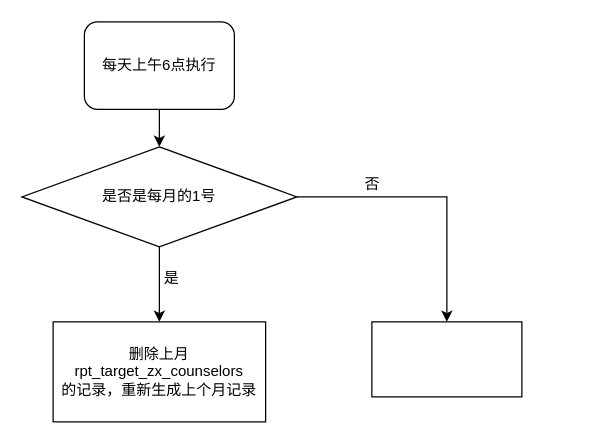
panqingqiang/document keeps this draw.io diagram as Untitled Diagram.drawio. Above is the earlier version. Source tidied: cells renumbered, new cells numbered last; positions are measured from the earlier drawing's top-left corner, leaving out a move shared by most shapes. Both pictures are drawn from the tidied source at 125%, with x=0, y=0 at pixel (21, 21).
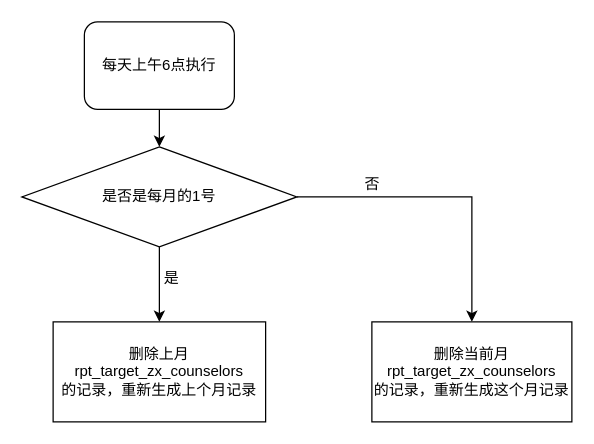
The same diagram, later.

The edit, as a diff of the source:
```diff
@@
 <mxGraphModel>
   <root>
     <mxCell id="0" />
     <mxCell id="1" parent="0" />
     <mxCell id="2" style="edgeStyle=none;rounded=0;jettySize=auto;html=1;exitX=0.5;exitY=1;exitDx=0;exitDy=0;entryX=0.5;entryY=0;entryDx=0;entryDy=0;" parent="1" edge="1" source="3" target="6">
       <mxGeometry relative="1" as="geometry" />
     </mxCell>
     <mxCell id="3" value="每天上午6点执行" style="rounded=1;whiteSpace=wrap;html=1;" parent="1" vertex="1">
       <mxGeometry x="50" width="120" height="70" as="geometry" />
     </mxCell>
     <mxCell id="4" style="edgeStyle=none;rounded=0;jettySize=auto;html=1;exitX=0.5;exitY=1;exitDx=0;exitDy=0;entryX=0.5;entryY=0;entryDx=0;entryDy=0;" parent="1" edge="1" source="6" target="7">
       <mxGeometry relative="1" as="geometry" />
     </mxCell>
     <mxCell id="5" style="edgeStyle=orthogonalEdgeStyle;rounded=0;jettySize=auto;html=1;exitX=1;exitY=0.5;exitDx=0;exitDy=0;entryX=0.5;entryY=0;entryDx=0;entryDy=0;" parent="1" edge="1" source="6" target="8">
       <mxGeometry relative="1" as="geometry" />
     </mxCell>
     <mxCell id="6" value="是否是每月的1号" style="rhombus;whiteSpace=wrap;html=1;" parent="1" vertex="1">
       <mxGeometry y="100" width="220" height="80" as="geometry" />
     </mxCell>
     <mxCell id="7" value="删除上月rpt_target_zx_counselors&lt;br&gt;的记录，重新生成上个月记录" style="rounded=0;whiteSpace=wrap;html=1;" parent="1" vertex="1">
       <mxGeometry x="25" y="240" width="170" height="80" as="geometry" />
     </mxCell>
-    <mxCell id="8" style="rounded=0;whiteSpace=wrap;html=1;" parent="1" vertex="1">
-      <mxGeometry x="280" y="240" width="120" height="60" as="geometry" />
+    <mxCell id="8" value="&lt;span style=&quot;&quot;&gt;删除当前月rpt_target_zx_counselors&lt;/span&gt;&lt;br style=&quot;&quot;&gt;&lt;span style=&quot;&quot;&gt;的记录，重新生成这个月记录&lt;/span&gt;" style="rounded=0;whiteSpace=wrap;html=1;" parent="1" vertex="1">
+      <mxGeometry x="280" y="240" width="160" height="80" as="geometry" />
     </mxCell>
     <mxCell id="9" value="是" style="text;html=1;strokeColor=none;fillColor=none;align=center;verticalAlign=middle;whiteSpace=wrap;rounded=0;" parent="1" vertex="1">
       <mxGeometry x="90" y="190" width="60" height="30" as="geometry" />
     </mxCell>
     <mxCell id="10" value="否&lt;br&gt;" style="text;html=1;align=center;verticalAlign=middle;strokeColor=none;fillColor=none;" parent="1" vertex="1">
       <mxGeometry x="265" y="120" width="30" height="20" as="geometry" />
     </mxCell>
   </root>
 </mxGraphModel>
```
